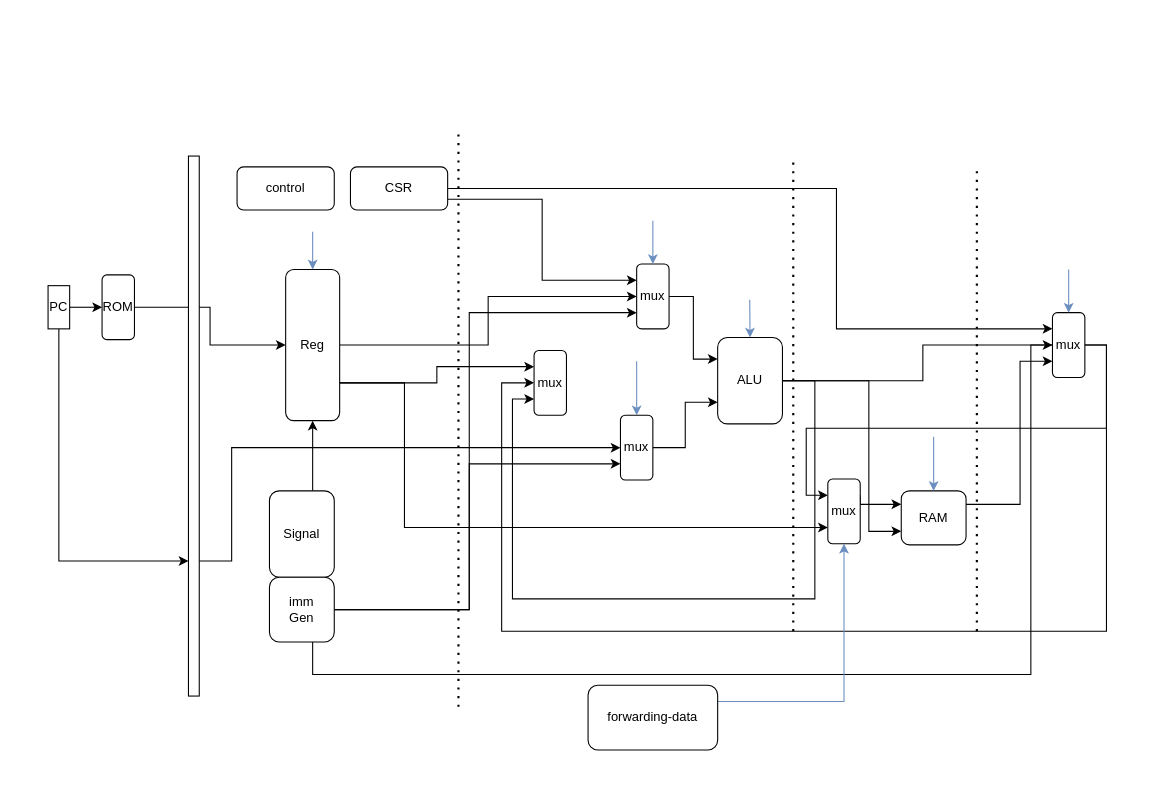
This is Lab7.drawio from Zerokei/CPUGraph, a draw.io file, before an edit. Source tidied: cells renumbered, new cells numbered last; positions are measured from the earlier drawing's top-left corner, leaving out a move shared by most shapes. Both pictures are drawn from the tidied source at 108%, with x=0, y=0 at pixel (48, 134).
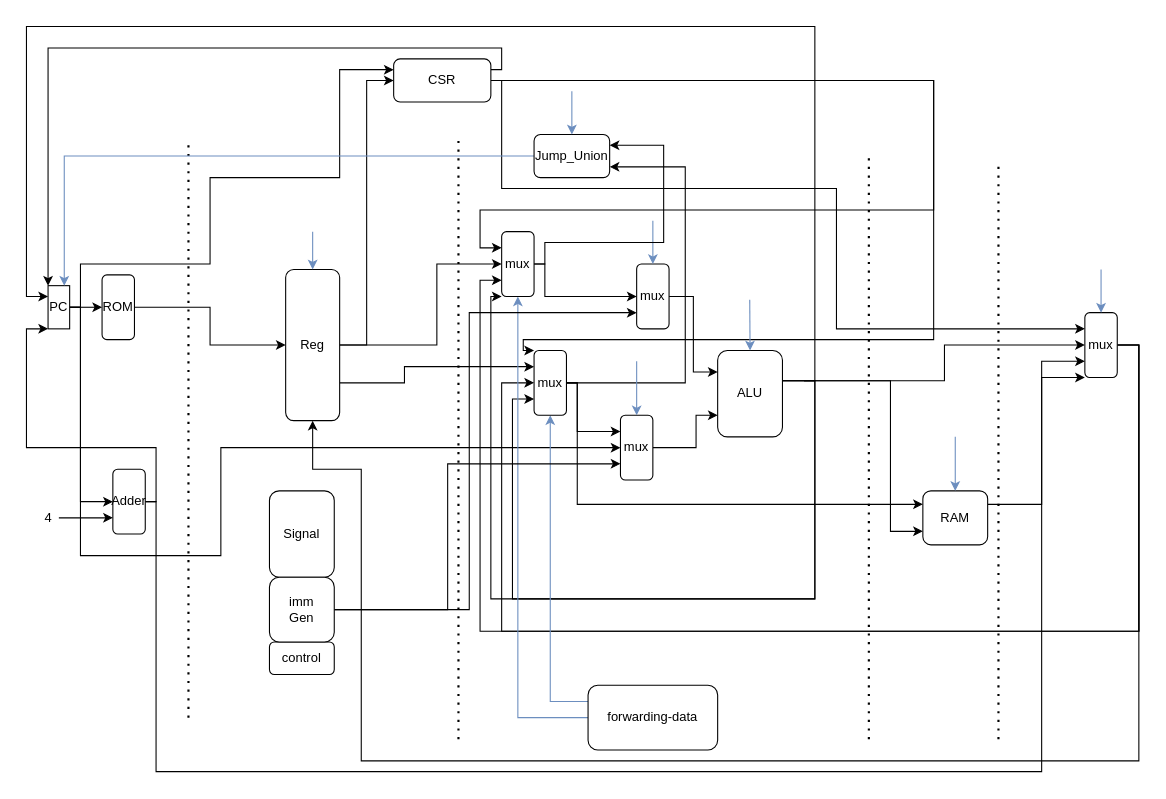
The same diagram, later.

The change refers to these unchanged cells:
```xml
<mxCell id="8" value="PC" style="whiteSpace=wrap;html=1;" parent="1" vertex="1">
  <mxGeometry y="140" width="20" height="40" as="geometry" />
</mxCell>
<mxCell id="20" value="Reg" style="rounded=1;whiteSpace=wrap;html=1;" parent="1" vertex="1">
  <mxGeometry x="220" y="125" width="50" height="140" as="geometry" />
</mxCell>
<mxCell id="25" value="forwarding-data" style="rounded=1;whiteSpace=wrap;html=1;" parent="1" vertex="1">
  <mxGeometry x="500" y="510" width="120" height="60" as="geometry" />
</mxCell>
<mxCell id="33" value="imm&lt;br&gt;Gen" style="rounded=1;whiteSpace=wrap;html=1;" parent="1" vertex="1">
  <mxGeometry x="205" y="410" width="60" height="60" as="geometry" />
</mxCell>
<mxCell id="35" value="mux" style="rounded=1;whiteSpace=wrap;html=1;" parent="1" vertex="1">
  <mxGeometry x="530" y="260" width="30" height="60" as="geometry" />
</mxCell>
<mxCell id="39" value="mux" style="rounded=1;whiteSpace=wrap;html=1;" parent="1" vertex="1">
  <mxGeometry x="545" y="120" width="30" height="60" as="geometry" />
</mxCell>
<mxCell id="46" value="mux" style="rounded=1;whiteSpace=wrap;html=1;" parent="1" vertex="1">
  <mxGeometry x="450" y="200" width="30" height="60" as="geometry" />
</mxCell>
```

Diff of the diagram source:
```diff
@@
-    <mxCell id="2" style="edgeStyle=orthogonalEdgeStyle;rounded=0;jettySize=auto;html=1;exitX=1;exitY=0.5;exitDx=0;exitDy=0;entryX=0;entryY=0.5;entryDx=0;entryDy=0;" parent="1" edge="1" source="5" target="14">
+    <mxCell id="2" style="edgeStyle=orthogonalEdgeStyle;rounded=0;jettySize=auto;html=1;exitX=1;exitY=0.5;exitDx=0;exitDy=0;entryX=0;entryY=0.5;entryDx=0;entryDy=0;" parent="1" edge="1" target="14">
       <mxGeometry relative="1" as="geometry">
+        <mxPoint x="700" y="228" as="sourcePoint" />
         <Array as="points">
-          <mxPoint x="810" y="228" />
-          <mxPoint x="810" y="195" />
+          <mxPoint x="830" y="228" />
+          <mxPoint x="830" y="195" />
         </Array>
       </mxGeometry>
     </mxCell>
-    <mxCell id="3" style="edgeStyle=orthogonalEdgeStyle;rounded=0;jettySize=auto;html=1;exitX=1;exitY=0.5;exitDx=0;exitDy=0;entryX=0;entryY=0.75;entryDx=0;entryDy=0;" parent="1" edge="1" source="5" target="10">
+    <mxCell id="3" style="edgeStyle=orthogonalEdgeStyle;rounded=0;jettySize=auto;html=1;exitX=1;exitY=0.5;exitDx=0;exitDy=0;entryX=0;entryY=0.75;entryDx=0;entryDy=0;" parent="1" edge="1" target="10">
       <mxGeometry relative="1" as="geometry">
+        <mxPoint x="700" y="228" as="sourcePoint" />
         <Array as="points">
-          <mxPoint x="760" y="228" />
-          <mxPoint x="760" y="368" />
+          <mxPoint x="780" y="228" />
+          <mxPoint x="780" y="368" />
         </Array>
       </mxGeometry>
     </mxCell>
@@
+    <mxCell id="49" style="edgeStyle=orthogonalEdgeStyle;rounded=0;jettySize=auto;html=1;exitX=1;exitY=0.5;exitDx=0;exitDy=0;entryX=0;entryY=1;entryDx=0;entryDy=0;" parent="1" edge="1" source="5" target="45">
+      <mxGeometry relative="1" as="geometry">
+        <Array as="points">
+          <mxPoint x="710" y="228" />
+          <mxPoint x="710" y="430" />
+          <mxPoint x="410" y="430" />
+          <mxPoint x="410" y="150" />
+        </Array>
+      </mxGeometry>
+    </mxCell>
+    <mxCell id="50" style="edgeStyle=orthogonalEdgeStyle;rounded=0;jettySize=auto;html=1;exitX=1;exitY=0.5;exitDx=0;exitDy=0;entryX=0;entryY=0.25;entryDx=0;entryDy=0;" parent="1" edge="1" source="5" target="8">
+      <mxGeometry relative="1" as="geometry">
+        <Array as="points">
+          <mxPoint x="710" y="228" />
+          <mxPoint x="710" y="-100" />
+          <mxPoint x="-20" y="-100" />
+          <mxPoint x="-20" y="150" />
+        </Array>
+      </mxGeometry>
+    </mxCell>
     <mxCell id="5" value="ALU" style="rounded=1;whiteSpace=wrap;html=1;" parent="1" vertex="1">
-      <mxGeometry x="620" y="188" width="60" height="80" as="geometry" />
+      <mxGeometry x="620" y="200" width="60" height="80" as="geometry" />
     </mxCell>
@@
-    <mxCell id="7" style="edgeStyle=orthogonalEdgeStyle;rounded=0;jettySize=auto;html=1;exitX=0.5;exitY=1;exitDx=0;exitDy=0;entryX=0;entryY=0.75;entryDx=0;entryDy=0;" parent="1" edge="1" source="8" target="37">
-      <mxGeometry relative="1" as="geometry" />
-    </mxCell>
+    <mxCell id="51" style="edgeStyle=orthogonalEdgeStyle;rounded=0;jettySize=auto;html=1;exitX=1;exitY=0.5;exitDx=0;exitDy=0;entryX=0;entryY=0.5;entryDx=0;entryDy=0;" parent="1" edge="1" source="8" target="35">
+      <mxGeometry relative="1" as="geometry">
+        <Array as="points">
+          <mxPoint x="30" y="160" />
+          <mxPoint x="30" y="390" />
+          <mxPoint x="160" y="390" />
+          <mxPoint x="160" y="290" />
+        </Array>
+      </mxGeometry>
+    </mxCell>
+    <mxCell id="52" style="edgeStyle=orthogonalEdgeStyle;rounded=0;jettySize=auto;html=1;exitX=1;exitY=0.5;exitDx=0;exitDy=0;entryX=0;entryY=0.5;entryDx=0;entryDy=0;" parent="1" edge="1" source="8" target="64">
+      <mxGeometry relative="1" as="geometry">
+        <Array as="points">
+          <mxPoint x="30" y="160" />
+          <mxPoint x="30" y="340" />
+        </Array>
+      </mxGeometry>
+    </mxCell>
+    <mxCell id="53" style="edgeStyle=orthogonalEdgeStyle;rounded=0;jettySize=auto;html=1;exitX=1;exitY=0.5;exitDx=0;exitDy=0;entryX=0;entryY=0.25;entryDx=0;entryDy=0;" parent="1" edge="1" source="8" target="29">
+      <mxGeometry relative="1" as="geometry">
+        <Array as="points">
+          <mxPoint x="30" y="160" />
+          <mxPoint x="30" y="120" />
+          <mxPoint x="150" y="120" />
+          <mxPoint x="150" y="40" />
+          <mxPoint x="270" y="40" />
+          <mxPoint x="270" y="-60" />
+        </Array>
+      </mxGeometry>
+    </mxCell>
@@
     <mxCell id="9" style="edgeStyle=orthogonalEdgeStyle;rounded=0;jettySize=auto;html=1;exitX=1;exitY=0.25;exitDx=0;exitDy=0;entryX=0;entryY=0.75;entryDx=0;entryDy=0;" parent="1" edge="1" source="10" target="14">
       <mxGeometry relative="1" as="geometry">
         <Array as="points">
-          <mxPoint x="900" y="342" />
-          <mxPoint x="900" y="210" />
+          <mxPoint x="920" y="342" />
+          <mxPoint x="920" y="210" />
         </Array>
       </mxGeometry>
     </mxCell>
     <mxCell id="10" value="RAM" style="rounded=1;whiteSpace=wrap;html=1;" parent="1" vertex="1">
-      <mxGeometry x="790" y="330" width="60" height="50" as="geometry" />
+      <mxGeometry x="810" y="330" width="60" height="50" as="geometry" />
     </mxCell>
     <mxCell id="11" style="edgeStyle=orthogonalEdgeStyle;rounded=0;jettySize=auto;html=1;exitX=1;exitY=0.5;exitDx=0;exitDy=0;entryX=0.5;entryY=1;entryDx=0;entryDy=0;" parent="1" edge="1" source="14" target="20">
       <mxGeometry relative="1" as="geometry">
         <Array as="points">
-          <mxPoint x="910" y="195" />
-          <mxPoint x="910" y="500" />
-          <mxPoint x="245" y="500" />
+          <mxPoint x="1010" y="195" />
+          <mxPoint x="1010" y="580" />
+          <mxPoint x="290" y="580" />
+          <mxPoint x="290" y="310" />
+          <mxPoint x="245" y="310" />
         </Array>
       </mxGeometry>
     </mxCell>
+    <mxCell id="13" style="edgeStyle=orthogonalEdgeStyle;rounded=0;jettySize=auto;html=1;exitX=1;exitY=0.5;exitDx=0;exitDy=0;entryX=0;entryY=0.5;entryDx=0;entryDy=0;" parent="1" edge="1" source="14" target="46">
+      <mxGeometry relative="1" as="geometry">
+        <Array as="points">
+          <mxPoint x="1010" y="195" />
+          <mxPoint x="1010" y="460" />
+          <mxPoint x="420" y="460" />
+          <mxPoint x="420" y="230" />
+        </Array>
+      </mxGeometry>
+    </mxCell>
-    <mxCell id="12" style="edgeStyle=orthogonalEdgeStyle;rounded=0;jettySize=auto;html=1;exitX=1;exitY=0.5;exitDx=0;exitDy=0;entryX=0;entryY=0.25;entryDx=0;entryDy=0;" parent="1" edge="1" source="14" target="45">
-      <mxGeometry relative="1" as="geometry" />
+    <mxCell id="12" style="edgeStyle=orthogonalEdgeStyle;rounded=0;jettySize=auto;html=1;exitX=1;exitY=0.5;exitDx=0;exitDy=0;entryX=0;entryY=0.75;entryDx=0;entryDy=0;" parent="1" edge="1" source="14" target="45">
+      <mxGeometry relative="1" as="geometry">
+        <Array as="points">
+          <mxPoint x="1010" y="195" />
+          <mxPoint x="1010" y="460" />
+          <mxPoint x="400" y="460" />
+          <mxPoint x="400" y="135" />
+        </Array>
+      </mxGeometry>
     </mxCell>
-    <mxCell id="13" style="edgeStyle=orthogonalEdgeStyle;rounded=0;jettySize=auto;html=1;exitX=1;exitY=0.5;exitDx=0;exitDy=0;entryX=0;entryY=0.5;entryDx=0;entryDy=0;" parent="1" edge="1" source="14" target="46">
-      <mxGeometry relative="1" as="geometry">
-        <Array as="points">
-          <mxPoint x="980" y="195" />
-          <mxPoint x="980" y="460" />
-          <mxPoint x="420" y="460" />
-          <mxPoint x="420" y="230" />
-        </Array>
-      </mxGeometry>
-    </mxCell>
     <mxCell id="14" value="mux" style="rounded=1;whiteSpace=wrap;html=1;" parent="1" vertex="1">
-      <mxGeometry x="930" y="165" width="30" height="60" as="geometry" />
+      <mxGeometry x="960" y="165" width="30" height="60" as="geometry" />
     </mxCell>
@@
-    <mxCell id="17" style="edgeStyle=orthogonalEdgeStyle;rounded=0;jettySize=auto;html=1;exitX=1;exitY=0.5;exitDx=0;exitDy=0;entryX=0;entryY=0.5;entryDx=0;entryDy=0;" parent="1" edge="1" source="20" target="39">
-      <mxGeometry relative="1" as="geometry" />
+    <mxCell id="17" style="edgeStyle=orthogonalEdgeStyle;rounded=0;jettySize=auto;html=1;exitX=1;exitY=0.5;exitDx=0;exitDy=0;entryX=0;entryY=0.5;entryDx=0;entryDy=0;" parent="1" edge="1" source="20" target="45">
+      <mxGeometry relative="1" as="geometry">
+        <Array as="points">
+          <mxPoint x="360" y="195" />
+          <mxPoint x="360" y="120" />
+        </Array>
+      </mxGeometry>
     </mxCell>
     <mxCell id="18" style="edgeStyle=orthogonalEdgeStyle;rounded=0;jettySize=auto;html=1;exitX=1;exitY=0.75;exitDx=0;exitDy=0;entryX=0;entryY=0.25;entryDx=0;entryDy=0;" parent="1" edge="1" source="20" target="46">
-      <mxGeometry relative="1" as="geometry" />
+      <mxGeometry relative="1" as="geometry">
+        <Array as="points">
+          <mxPoint x="330" y="230" />
+          <mxPoint x="330" y="215" />
+        </Array>
+      </mxGeometry>
     </mxCell>
-    <mxCell id="19" style="edgeStyle=orthogonalEdgeStyle;rounded=0;jettySize=auto;html=1;exitX=1;exitY=0.75;exitDx=0;exitDy=0;entryX=0;entryY=0.75;entryDx=0;entryDy=0;" parent="1" edge="1" source="20" target="45">
-      <mxGeometry relative="1" as="geometry">
-        <Array as="points">
-          <mxPoint x="330" y="230" />
-          <mxPoint x="330" y="364" />
-        </Array>
-      </mxGeometry>
-    </mxCell>
+    <mxCell id="54" style="edgeStyle=orthogonalEdgeStyle;rounded=0;jettySize=auto;html=1;exitX=1;exitY=0.5;exitDx=0;exitDy=0;entryX=0;entryY=0.5;entryDx=0;entryDy=0;" parent="1" edge="1" source="20" target="29">
+      <mxGeometry relative="1" as="geometry" />
+    </mxCell>
@@
     <mxCell id="21" style="endArrow=none;dashed=1;html=1;dashPattern=1 3;strokeWidth=2;rounded=0;" parent="1" edge="1">
       <mxGeometry relative="1" as="geometry">
-        <mxPoint x="380" y="530" as="sourcePoint" />
+        <mxPoint x="380" y="560" as="sourcePoint" />
         <mxPoint x="380" as="targetPoint" />
       </mxGeometry>
     </mxCell>
     <mxCell id="22" style="endArrow=none;dashed=1;html=1;dashPattern=1 3;strokeWidth=2;rounded=0;" parent="1" edge="1">
       <mxGeometry relative="1" as="geometry">
-        <mxPoint x="690" y="460" as="sourcePoint" />
-        <mxPoint x="690" y="20" as="targetPoint" />
+        <mxPoint x="760" y="560" as="sourcePoint" />
+        <mxPoint x="760" y="20" as="targetPoint" />
       </mxGeometry>
     </mxCell>
     <mxCell id="23" style="endArrow=none;dashed=1;html=1;dashPattern=1 3;strokeWidth=2;rounded=0;" parent="1" edge="1">
       <mxGeometry relative="1" as="geometry">
-        <mxPoint x="860" y="460" as="sourcePoint" />
-        <mxPoint x="860" y="30" as="targetPoint" />
+        <mxPoint x="880" y="560" as="sourcePoint" />
+        <mxPoint x="880" y="30" as="targetPoint" />
         <Array as="points">
-          <mxPoint x="860" y="250" />
+          <mxPoint x="880" y="250" />
         </Array>
       </mxGeometry>
     </mxCell>
+    <mxCell id="55" style="edgeStyle=orthogonalEdgeStyle;rounded=0;jettySize=auto;html=1;exitX=0;exitY=0.25;exitDx=0;exitDy=0;entryX=0.5;entryY=1;entryDx=0;entryDy=0;fillColor=#dae8fc;strokeColor=#6c8ebf;" parent="1" edge="1" source="25" target="46">
+      <mxGeometry relative="1" as="geometry" />
+    </mxCell>
-    <mxCell id="24" style="edgeStyle=orthogonalEdgeStyle;rounded=0;jettySize=auto;html=1;exitX=1;exitY=0.25;exitDx=0;exitDy=0;entryX=0.5;entryY=1;entryDx=0;entryDy=0;fillColor=#dae8fc;strokeColor=#6c8ebf;" parent="1" edge="1" source="25" target="45">
+    <mxCell id="24" style="edgeStyle=orthogonalEdgeStyle;rounded=0;jettySize=auto;html=1;exitX=0;exitY=0.5;exitDx=0;exitDy=0;entryX=0.5;entryY=1;entryDx=0;entryDy=0;fillColor=#dae8fc;strokeColor=#6c8ebf;" parent="1" edge="1" source="25" target="45">
       <mxGeometry relative="1" as="geometry" />
     </mxCell>
@@
     <mxCell id="26" value="control" style="rounded=1;whiteSpace=wrap;html=1;" parent="1" vertex="1">
-      <mxGeometry x="175" y="30" width="90" height="40" as="geometry" />
+      <mxGeometry x="205" y="470" width="60" height="30" as="geometry" />
     </mxCell>
-    <mxCell id="27" style="edgeStyle=orthogonalEdgeStyle;rounded=0;jettySize=auto;html=1;exitX=1;exitY=0.75;exitDx=0;exitDy=0;entryX=0;entryY=0.25;entryDx=0;entryDy=0;" parent="1" edge="1" source="29" target="39">
-      <mxGeometry relative="1" as="geometry" />
-    </mxCell>
     <mxCell id="28" style="edgeStyle=orthogonalEdgeStyle;rounded=0;jettySize=auto;html=1;exitX=1;exitY=0.5;exitDx=0;exitDy=0;entryX=0;entryY=0.25;entryDx=0;entryDy=0;" parent="1" edge="1" source="29" target="14">
       <mxGeometry relative="1" as="geometry">
         <Array as="points">
+          <mxPoint x="420" y="-50" />
+          <mxPoint x="420" y="50" />
           <mxPoint x="730" y="50" />
           <mxPoint x="730" y="180" />
         </Array>
       </mxGeometry>
     </mxCell>
+    <mxCell id="56" style="edgeStyle=orthogonalEdgeStyle;rounded=0;jettySize=auto;html=1;exitX=1;exitY=0.25;exitDx=0;exitDy=0;entryX=0;entryY=0;entryDx=0;entryDy=0;" parent="1" edge="1" source="29" target="8">
+      <mxGeometry relative="1" as="geometry">
+        <Array as="points">
+          <mxPoint x="420" y="-60" />
+          <mxPoint x="420" y="-80" />
+          <mxPoint y="-80" />
+        </Array>
+      </mxGeometry>
+    </mxCell>
+    <mxCell id="57" style="edgeStyle=orthogonalEdgeStyle;rounded=0;jettySize=auto;html=1;exitX=1;exitY=0.25;exitDx=0;exitDy=0;" parent="1" edge="1" source="29">
+      <mxGeometry relative="1" as="geometry">
+        <mxPoint x="410" y="-59.8" as="targetPoint" />
+      </mxGeometry>
+    </mxCell>
+    <mxCell id="58" style="edgeStyle=orthogonalEdgeStyle;rounded=0;jettySize=auto;html=1;exitX=1;exitY=0.5;exitDx=0;exitDy=0;entryX=0;entryY=0.25;entryDx=0;entryDy=0;" parent="1" edge="1" source="29" target="45">
+      <mxGeometry relative="1" as="geometry">
+        <Array as="points">
+          <mxPoint x="820" y="-50" />
+          <mxPoint x="820" y="70" />
+          <mxPoint x="400" y="70" />
+          <mxPoint x="400" y="105" />
+        </Array>
+      </mxGeometry>
+    </mxCell>
+    <mxCell id="59" style="edgeStyle=orthogonalEdgeStyle;rounded=0;jettySize=auto;html=1;exitX=1;exitY=0.5;exitDx=0;exitDy=0;entryX=0;entryY=0;entryDx=0;entryDy=0;" parent="1" edge="1" source="29" target="46">
+      <mxGeometry relative="1" as="geometry">
+        <Array as="points">
+          <mxPoint x="820" y="-50" />
+          <mxPoint x="820" y="190" />
+          <mxPoint x="440" y="190" />
+          <mxPoint x="440" y="200" />
+        </Array>
+      </mxGeometry>
+    </mxCell>
     <mxCell id="29" value="CSR" style="rounded=1;whiteSpace=wrap;html=1;" parent="1" vertex="1">
-      <mxGeometry x="280" y="30" width="90" height="40" as="geometry" />
+      <mxGeometry x="320" y="-70" width="90" height="40" as="geometry" />
     </mxCell>
@@
     <mxCell id="31" style="edgeStyle=orthogonalEdgeStyle;rounded=0;jettySize=auto;html=1;exitX=1;exitY=0.5;exitDx=0;exitDy=0;entryX=0;entryY=0.75;entryDx=0;entryDy=0;" parent="1" edge="1" source="33" target="35">
       <mxGeometry relative="1" as="geometry">
         <Array as="points">
-          <mxPoint x="390" y="440" />
-          <mxPoint x="390" y="305" />
+          <mxPoint x="370" y="440" />
+          <mxPoint x="370" y="305" />
         </Array>
       </mxGeometry>
     </mxCell>
@@
     <mxCell id="34" style="edgeStyle=orthogonalEdgeStyle;rounded=0;jettySize=auto;html=1;exitX=1;exitY=0.5;exitDx=0;exitDy=0;entryX=0;entryY=0.75;entryDx=0;entryDy=0;" parent="1" edge="1" source="35" target="5">
-      <mxGeometry relative="1" as="geometry" />
+      <mxGeometry relative="1" as="geometry">
+        <Array as="points">
+          <mxPoint x="600" y="290" />
+          <mxPoint x="600" y="260" />
+        </Array>
+      </mxGeometry>
     </mxCell>
@@
-    <mxCell id="36" style="edgeStyle=orthogonalEdgeStyle;rounded=0;jettySize=auto;html=1;exitX=1;exitY=0.75;exitDx=0;exitDy=0;entryX=0;entryY=0.5;entryDx=0;entryDy=0;" parent="1" edge="1" source="37" target="35">
-      <mxGeometry relative="1" as="geometry">
-        <Array as="points">
-          <mxPoint x="170" y="395" />
-          <mxPoint x="170" y="290" />
-        </Array>
-      </mxGeometry>
-    </mxCell>
-    <mxCell id="37" style="whiteSpace=wrap;html=1;" parent="1" vertex="1">
-      <mxGeometry x="130" y="20" width="10" height="500" as="geometry" />
-    </mxCell>
@@
     <mxCell id="40" style="endArrow=classic;html=1;rounded=0;entryX=0.5;entryY=0;entryDx=0;entryDy=0;fillColor=#dae8fc;strokeColor=#6c8ebf;" parent="1" edge="1" target="10">
       <mxGeometry relative="1" as="geometry">
-        <mxPoint x="820" y="280" as="sourcePoint" />
+        <mxPoint x="840" y="280" as="sourcePoint" />
       </mxGeometry>
     </mxCell>
     <mxCell id="41" style="endArrow=classic;html=1;rounded=0;entryX=0.5;entryY=0;entryDx=0;entryDy=0;fillColor=#dae8fc;strokeColor=#6c8ebf;" parent="1" edge="1" target="14">
       <mxGeometry relative="1" as="geometry">
-        <mxPoint x="945" y="125" as="sourcePoint" />
+        <mxPoint x="975" y="125" as="sourcePoint" />
       </mxGeometry>
     </mxCell>
@@
-    <mxCell id="44" style="edgeStyle=orthogonalEdgeStyle;rounded=0;jettySize=auto;html=1;exitX=1;exitY=0.25;exitDx=0;exitDy=0;entryX=0;entryY=0.25;entryDx=0;entryDy=0;" parent="1" edge="1" source="45" target="10">
+    <mxCell id="44" style="edgeStyle=orthogonalEdgeStyle;rounded=0;jettySize=auto;html=1;entryX=0;entryY=0.25;entryDx=0;entryDy=0;" parent="1" edge="1" target="10">
       <mxGeometry relative="1" as="geometry">
+        <mxPoint x="480" y="230" as="sourcePoint" />
         <Array as="points">
-          <mxPoint x="752" y="342" />
+          <mxPoint x="490" y="230" />
+          <mxPoint x="490" y="342" />
         </Array>
       </mxGeometry>
     </mxCell>
-    <mxCell id="45" value="mux" style="rounded=1;whiteSpace=wrap;html=1;" parent="1" vertex="1">
-      <mxGeometry x="722" y="319" width="30" height="60" as="geometry" />
-    </mxCell>
+    <mxCell id="60" style="edgeStyle=orthogonalEdgeStyle;rounded=0;jettySize=auto;html=1;exitX=1;exitY=0.5;exitDx=0;exitDy=0;entryX=0;entryY=0.25;entryDx=0;entryDy=0;" parent="1" edge="1" source="46" target="35">
+      <mxGeometry relative="1" as="geometry">
+        <Array as="points">
+          <mxPoint x="490" y="230" />
+          <mxPoint x="490" y="275" />
+        </Array>
+      </mxGeometry>
+    </mxCell>
+    <mxCell id="61" style="edgeStyle=orthogonalEdgeStyle;rounded=0;jettySize=auto;html=1;exitX=1;exitY=0.5;exitDx=0;exitDy=0;entryX=1;entryY=0.75;entryDx=0;entryDy=0;" parent="1" edge="1" source="46" target="69">
+      <mxGeometry relative="1" as="geometry">
+        <Array as="points">
+          <mxPoint x="590" y="230" />
+          <mxPoint x="590" y="30" />
+        </Array>
+      </mxGeometry>
+    </mxCell>
@@
+    <mxCell id="62" style="edgeStyle=orthogonalEdgeStyle;rounded=0;jettySize=auto;html=1;exitX=1;exitY=0.5;exitDx=0;exitDy=0;entryX=0;entryY=1;entryDx=0;entryDy=0;" parent="1" edge="1" source="64" target="14">
+      <mxGeometry relative="1" as="geometry">
+        <Array as="points">
+          <mxPoint x="100" y="340" />
+          <mxPoint x="100" y="590" />
+          <mxPoint x="920" y="590" />
+          <mxPoint x="920" y="225" />
+        </Array>
+      </mxGeometry>
+    </mxCell>
+    <mxCell id="63" style="edgeStyle=orthogonalEdgeStyle;rounded=0;jettySize=auto;html=1;exitX=1;exitY=0.5;exitDx=0;exitDy=0;entryX=0;entryY=1;entryDx=0;entryDy=0;" parent="1" edge="1" source="64" target="8">
+      <mxGeometry relative="1" as="geometry">
+        <Array as="points">
+          <mxPoint x="100" y="340" />
+          <mxPoint x="100" y="290" />
+          <mxPoint x="-20" y="290" />
+          <mxPoint x="-20" y="180" />
+        </Array>
+      </mxGeometry>
+    </mxCell>
+    <mxCell id="64" value="Adder" style="rounded=1;whiteSpace=wrap;html=1;" parent="1" vertex="1">
+      <mxGeometry x="60" y="310" width="30" height="60" as="geometry" />
+    </mxCell>
+    <mxCell id="65" style="endArrow=classic;html=1;rounded=0;entryX=0;entryY=0.75;entryDx=0;entryDy=0;" parent="1" edge="1" target="64">
+      <mxGeometry relative="1" as="geometry">
+        <mxPoint x="10" y="355" as="sourcePoint" />
+      </mxGeometry>
+    </mxCell>
+    <mxCell id="66" value="4" style="text;html=1;align=center;verticalAlign=middle;strokeColor=none;fillColor=none;" parent="1" vertex="1">
+      <mxGeometry x="-10" y="345" width="20" height="20" as="geometry" />
+    </mxCell>
+    <mxCell id="67" style="endArrow=none;dashed=1;html=1;dashPattern=1 3;strokeWidth=2;rounded=0;" parent="1" edge="1">
+      <mxGeometry relative="1" as="geometry">
+        <mxPoint x="130" y="540" as="sourcePoint" />
+        <mxPoint x="130" y="10" as="targetPoint" />
+      </mxGeometry>
+    </mxCell>
+    <mxCell id="68" style="edgeStyle=orthogonalEdgeStyle;rounded=0;jettySize=auto;html=1;exitX=0;exitY=0.5;exitDx=0;exitDy=0;fillColor=#dae8fc;strokeColor=#6c8ebf;entryX=0.75;entryY=0;entryDx=0;entryDy=0;" parent="1" edge="1" source="69" target="8">
+      <mxGeometry relative="1" as="geometry">
+        <Array as="points">
+          <mxPoint x="15" y="20" />
+        </Array>
+      </mxGeometry>
+    </mxCell>
+    <mxCell id="69" value="Jump_Union" style="rounded=1;whiteSpace=wrap;html=1;" parent="1" vertex="1">
+      <mxGeometry x="450" width="70" height="40" as="geometry" />
+    </mxCell>
+    <mxCell id="70" style="endArrow=classic;html=1;rounded=0;entryX=0.5;entryY=0;entryDx=0;entryDy=0;fillColor=#dae8fc;strokeColor=#6c8ebf;" parent="1" edge="1" target="69">
+      <mxGeometry relative="1" as="geometry">
+        <mxPoint x="485" y="-40" as="sourcePoint" />
+      </mxGeometry>
+    </mxCell>
+    <mxCell id="71" style="edgeStyle=orthogonalEdgeStyle;rounded=0;jettySize=auto;html=1;exitX=1;exitY=0.5;exitDx=0;exitDy=0;entryX=0;entryY=0.5;entryDx=0;entryDy=0;" parent="1" edge="1" source="45" target="39">
+      <mxGeometry relative="1" as="geometry">
+        <Array as="points">
+          <mxPoint x="460" y="120" />
+          <mxPoint x="460" y="150" />
+        </Array>
+      </mxGeometry>
+    </mxCell>
+    <mxCell id="72" style="edgeStyle=orthogonalEdgeStyle;rounded=0;jettySize=auto;html=1;exitX=1;exitY=0.5;exitDx=0;exitDy=0;entryX=1;entryY=0.25;entryDx=0;entryDy=0;" parent="1" edge="1" source="45" target="69">
+      <mxGeometry relative="1" as="geometry">
+        <Array as="points">
+          <mxPoint x="460" y="120" />
+          <mxPoint x="460" y="100" />
+          <mxPoint x="570" y="100" />
+          <mxPoint x="570" y="10" />
+        </Array>
+      </mxGeometry>
+    </mxCell>
+    <mxCell id="45" value="mux" style="rounded=1;whiteSpace=wrap;html=1;" parent="1" vertex="1">
+      <mxGeometry x="420" y="90" width="30" height="60" as="geometry" />
+    </mxCell>
```
